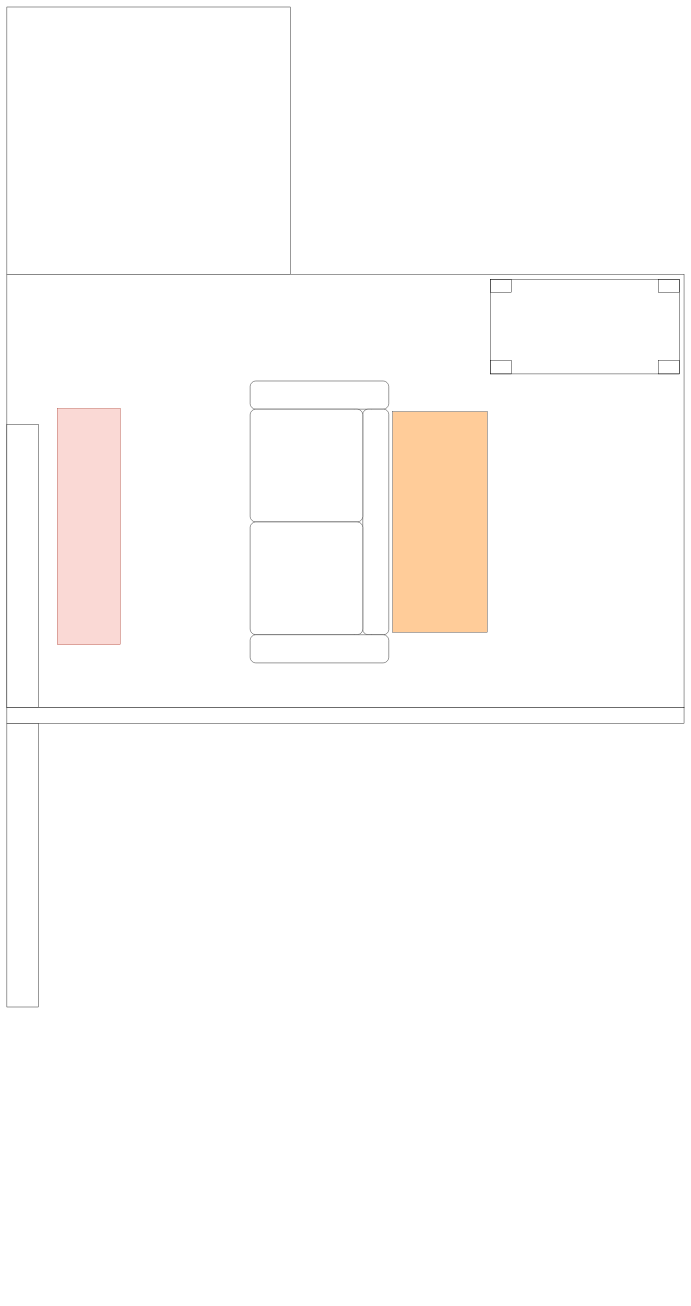
Earlier version of the draw.io diagram src/components/Untitled Diagram.drawio (laughingstocK/test_todolist). Source tidied: cells renumbered, new cells numbered last; positions are measured from the earlier drawing's top-left corner, leaving out a move shared by most shapes. Both pictures are drawn from the tidied source at 40%, with x=0, y=0 at pixel (-30, 7).
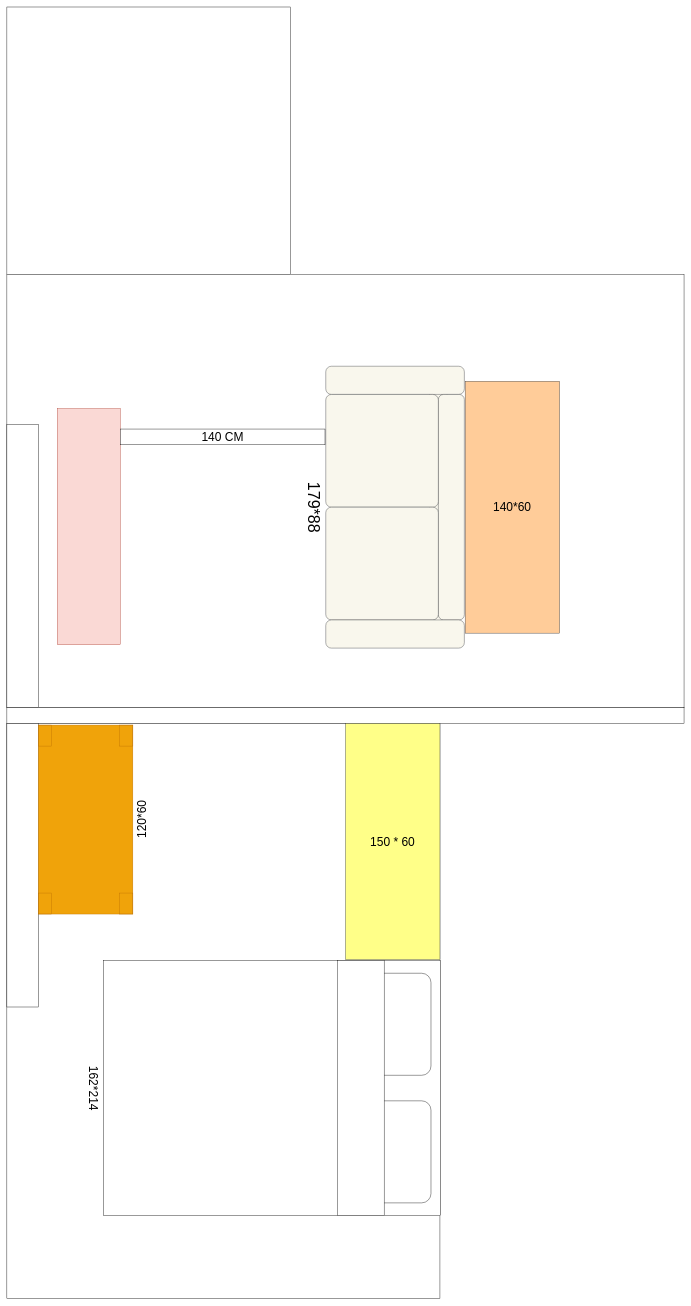
The same page after the edit.

The edit, as a diff of the source:
```diff
@@
 <mxGraphModel>
   <root>
     <mxCell id="0" />
     <mxCell id="1" parent="0" />
+    <mxCell id="11" style="rounded=0;whiteSpace=wrap;html=1;rotation=90;" parent="1" vertex="1">
+      <mxGeometry x="-86.5" y="1968.5" width="1437" height="1082.7" as="geometry" />
+    </mxCell>
     <mxCell id="2" style="rounded=0;whiteSpace=wrap;html=1;fillColor=default;" parent="1" vertex="1">
       <mxGeometry x="90.7" y="669.3" width="1692.9" height="1082.7" as="geometry" />
     </mxCell>
     <mxCell id="3" style="rounded=0;whiteSpace=wrap;html=1;" parent="1" vertex="1">
       <mxGeometry x="90.7" width="708.7" height="669.3" as="geometry" />
     </mxCell>
     <mxCell id="4" style="rounded=0;whiteSpace=wrap;html=1;" parent="1" vertex="1">
       <mxGeometry x="90.7" y="1043.3" width="78.7" height="708.6" as="geometry" />
     </mxCell>
     <mxCell id="5" style="rounded=0;whiteSpace=wrap;html=1;" parent="1" vertex="1">
       <mxGeometry x="90.7" y="1751.9" width="1692.9" height="39.4" as="geometry" />
     </mxCell>
     <mxCell id="6" style="rounded=0;whiteSpace=wrap;html=1;" parent="1" vertex="1">
       <mxGeometry x="90.7" y="1791.3" width="78.7" height="708.7" as="geometry" />
     </mxCell>
-    <mxCell id="7" style="rounded=0;whiteSpace=wrap;html=1;fillColor=#ffcc99;strokeColor=#36393d;" parent="1" vertex="1">
-      <mxGeometry x="1055.3" y="1011.8" width="236.2" height="551.2" as="geometry" />
+    <mxCell id="7" value="&lt;font style=&quot;font-size: 30px;&quot;&gt;140*60&lt;/font&gt;" style="rounded=0;whiteSpace=wrap;html=1;fillColor=#ffcc99;strokeColor=#36393d;" parent="1" vertex="1">
+      <mxGeometry x="1236.4" y="935.5" width="236.2" height="629.9" as="geometry" />
     </mxCell>
     <mxCell id="8" style="rounded=0;whiteSpace=wrap;html=1;rotation=90;fillColor=#fad9d5;strokeColor=#ae4132;" parent="1" vertex="1">
       <mxGeometry x="0.1" y="1220.4" width="590.5" height="157.5" as="geometry" />
     </mxCell>
-    <mxCell id="9" style="verticalLabelPosition=bottom;html=1;verticalAlign=top;align=center;shape=mxgraph.floorplan.couch;rotation=90;" parent="1" vertex="1">
-      <mxGeometry x="519.8" y="1114.1" width="704.7" height="346.5" as="geometry" />
+    <mxCell id="9" value="&lt;font style=&quot;font-size: 40px;&quot;&gt;179*88&lt;/font&gt;" style="verticalLabelPosition=bottom;html=1;verticalAlign=top;align=center;shape=mxgraph.floorplan.couch;rotation=90;fillColor=#f9f7ed;strokeColor=#36393d;" parent="1" vertex="1">
+      <mxGeometry x="708.8" y="1077.2" width="704.7" height="346.5" as="geometry" />
     </mxCell>
-    <mxCell id="10" style="verticalLabelPosition=bottom;html=1;verticalAlign=top;align=center;shape=mxgraph.floorplan.table;" parent="1" vertex="1">
-      <mxGeometry x="1299.4" y="681.1" width="472.4" height="236.2" as="geometry" />
+    <mxCell id="10" value="&lt;font style=&quot;font-size: 30px;&quot;&gt;120*60&lt;/font&gt;" style="verticalLabelPosition=bottom;html=1;verticalAlign=top;align=center;shape=mxgraph.floorplan.table;fillColor=#f0a30a;fontColor=#000000;strokeColor=#BD7000;rotation=-90;" parent="1" vertex="1">
+      <mxGeometry x="51.3" y="1913.3" width="472.4" height="236.2" as="geometry" />
     </mxCell>
+    <mxCell id="12" value="&lt;font style=&quot;font-size: 30px;&quot;&gt;14&lt;/font&gt;&lt;span style=&quot;font-size: 30px; background-color: initial;&quot;&gt;0 CM&lt;/span&gt;" style="rounded=0;whiteSpace=wrap;html=1;" parent="1" vertex="1">
+      <mxGeometry x="374.2" y="1055.1" width="511.8" height="39.4" as="geometry" />
+    </mxCell>
+    <mxCell id="13" value="&lt;font style=&quot;font-size: 30px;&quot;&gt;150 * 60&lt;/font&gt;" style="rounded=0;whiteSpace=wrap;html=1;fillColor=#ffff88;strokeColor=#36393d;" parent="1" vertex="1">
+      <mxGeometry x="937.2" y="1791.3" width="236.2" height="590.5" as="geometry" />
+    </mxCell>
+    <mxCell id="14" value="&lt;font style=&quot;font-size: 30px;&quot;&gt;162*214&lt;/font&gt;" style="verticalLabelPosition=bottom;html=1;verticalAlign=top;align=center;shape=mxgraph.floorplan.bed_double;rotation=90;" parent="1" vertex="1">
+      <mxGeometry x="434.2" y="2281.4" width="637.8" height="842.5" as="geometry" />
+    </mxCell>
   </root>
 </mxGraphModel>
```
